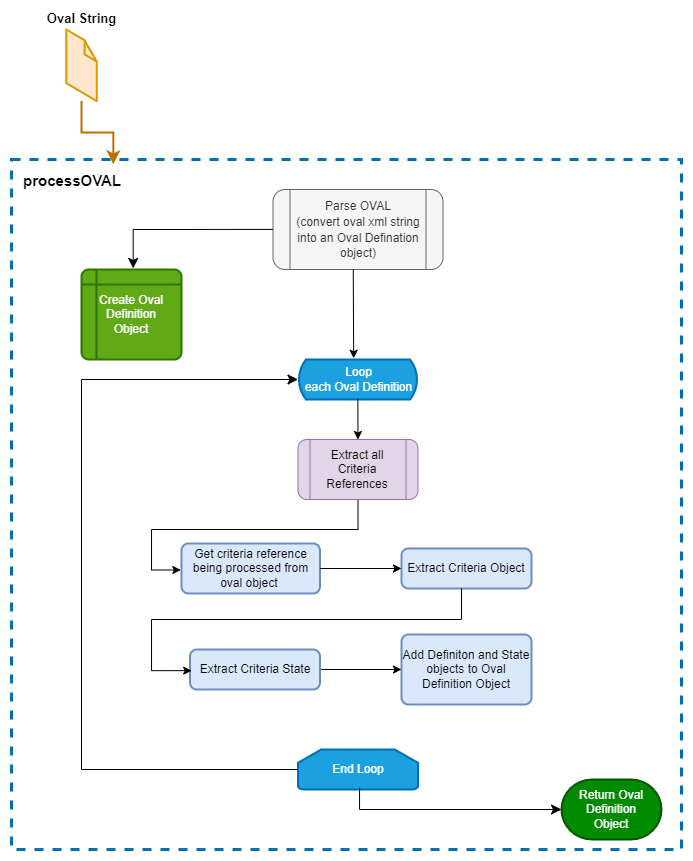
Above: images/ts-inspec-objects-oval-workflow-process.png in mitre/ts-inspec-objects (draw.io), before the change. Source tidied: cells renumbered, new cells last; positions are measured from the earlier drawing's top-left corner, leaving out a move shared by most shapes.
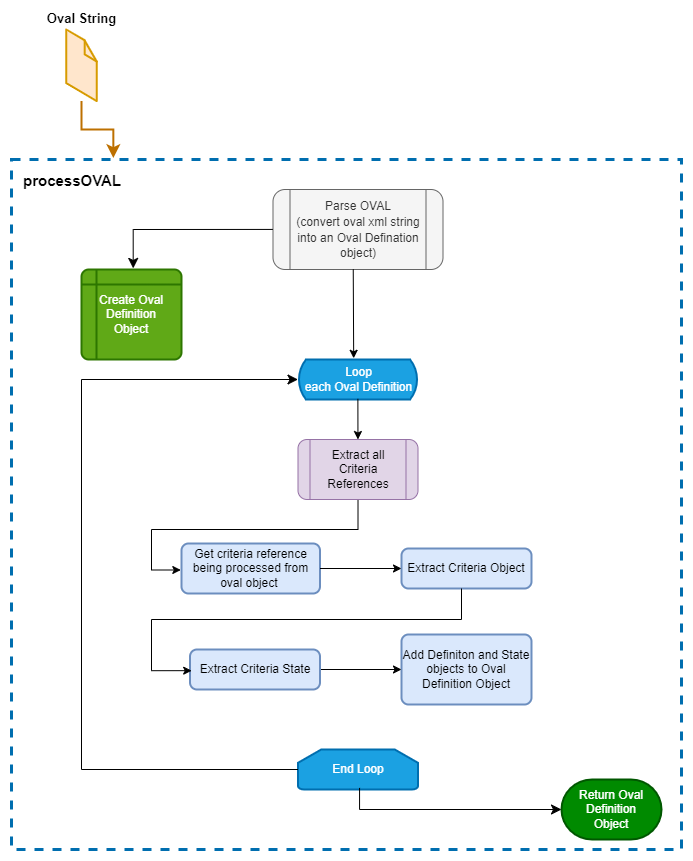
The same diagram one commit later.

What changed in the source:
```diff
@@ -20,7 +20,7 @@
     <mxCell id="7" value="End Loop" style="strokeWidth=2;html=1;shape=mxgraph.flowchart.loop_limit;whiteSpace=wrap;fillColor=#1ba1e2;fontColor=#ffffff;strokeColor=#006EAF;" parent="1" vertex="1">
       <mxGeometry x="286.5" y="720" width="120" height="40" as="geometry" />
     </mxCell>
-    <mxCell id="8" style="edgeStyle=elbowEdgeStyle;elbow=vertical;endArrow=classic;html=1;curved=0;rounded=0;endSize=8;startSize=8;entryX=0.152;entryY=0.007;entryDx=0;entryDy=0;entryPerimeter=0;strokeWidth=2;fillColor=#f0a30a;strokeColor=#BD7000;" parent="1" edge="1" source="4" target="2">
+    <mxCell id="8" style="edgeStyle=elbowEdgeStyle;elbow=vertical;endArrow=classic;html=1;curved=0;rounded=0;endSize=8;startSize=8;entryX=0.152;entryY=-0.002;entryDx=0;entryDy=0;entryPerimeter=0;strokeWidth=2;fillColor=#f0a30a;strokeColor=#BD7000;" parent="1" edge="1" source="4" target="2">
       <mxGeometry relative="1" as="geometry" />
     </mxCell>
     <mxCell id="9" value="&lt;span style=&quot;text-align: left;&quot;&gt;Get criteria reference being processed from oval object&amp;nbsp;&lt;/span&gt;" style="rounded=1;whiteSpace=wrap;html=1;absoluteArcSize=1;arcSize=14;strokeWidth=2;fillColor=#dae8fc;strokeColor=#6c8ebf;" parent="1" vertex="1">
```
